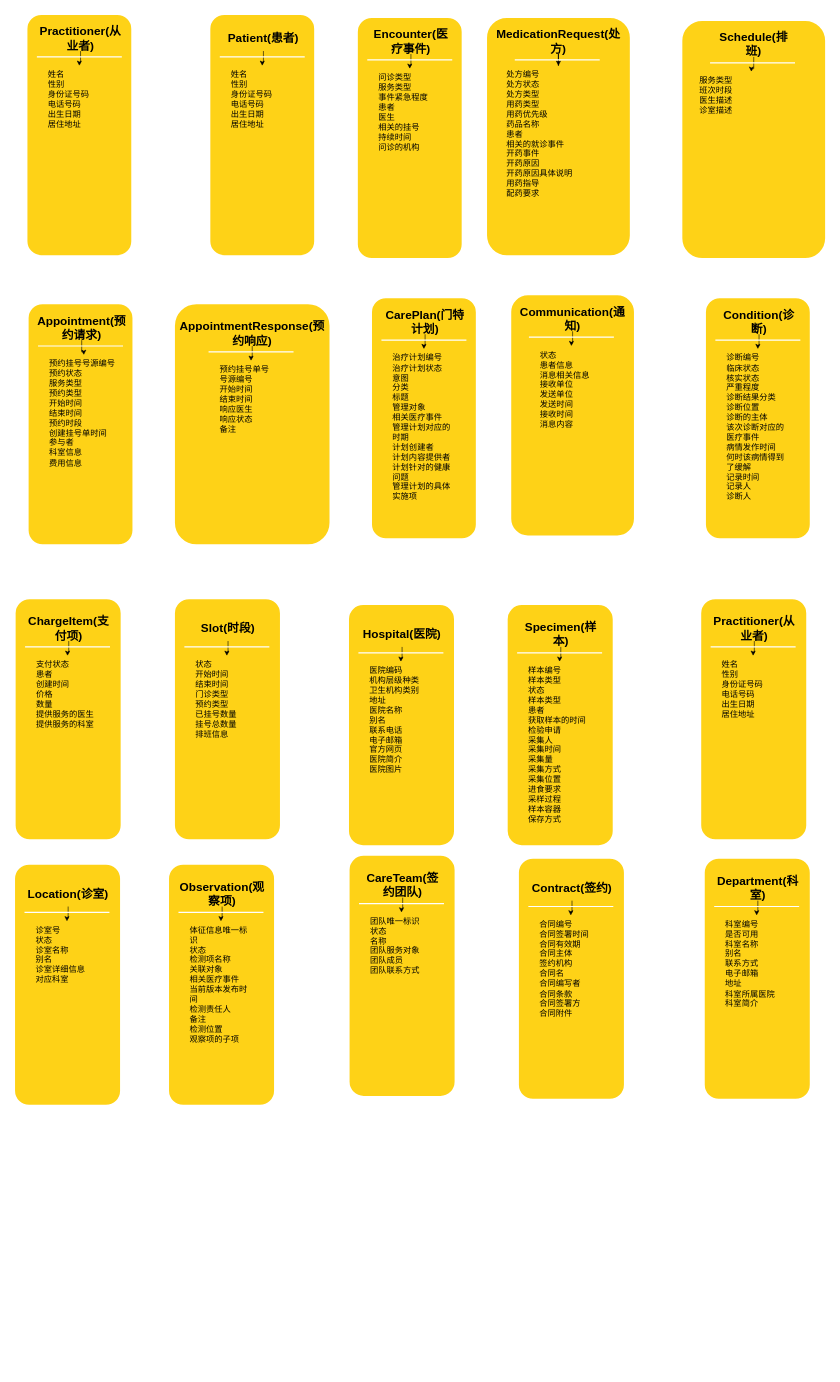
The draw.io diagram 新都医共体核心数据集.drawio in gingili/diagram, before the edit. Source tidied: cells renumbered, new cells numbered last; positions are measured from the earlier drawing's top-left corner, leaving out a move shared by most shapes. Both pictures are drawn from the tidied source at 59%, with x=0, y=0 at pixel (12, 12).
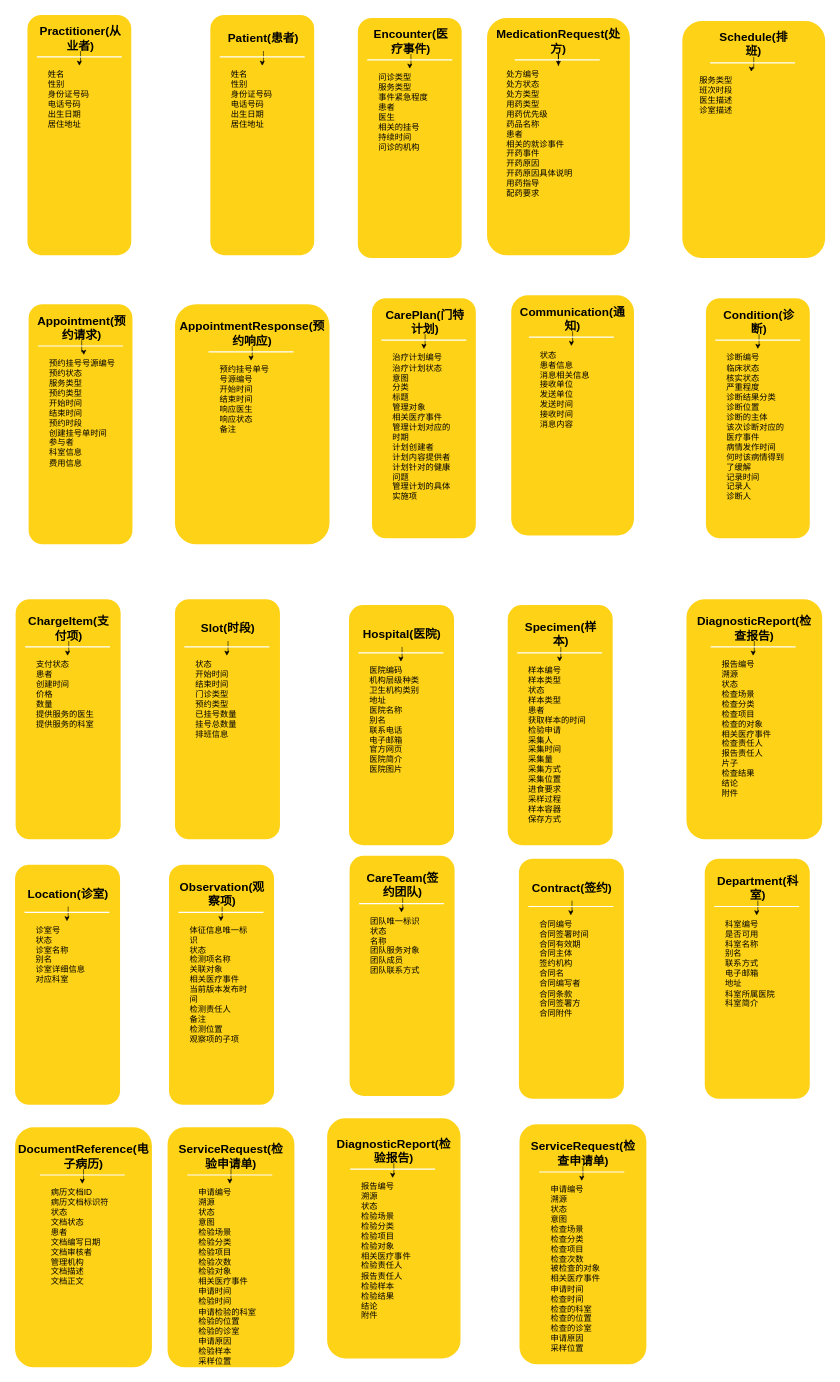
After the change.

Commit message (it also covers changes not shown here):
Update 新都医共体核心数据集.drawio

Diff of the diagram source:
```diff
@@
     <mxCell id="72" style="whiteSpace=wrap;html=1;rounded=1;shadow=0;strokeWidth=8;fontSize=20;align=center;fillColor=#FED217;strokeColor=#FFFFFF;" parent="1" vertex="1">
-      <mxGeometry x="1163" y="990" width="186" height="415" as="geometry" />
+      <mxGeometry x="1138" y="990" width="238" height="415" as="geometry" />
     </mxCell>
@@
-    <mxCell id="74" value="Practitioner(从业者)" style="text;html=1;strokeColor=none;fillColor=none;align=center;verticalAlign=middle;whiteSpace=wrap;rounded=0;shadow=0;fontSize=20;fontColor=#000000;fontStyle=1;" parent="1" vertex="1">
+    <mxCell id="74" value="DiagnosticReport(检查报告)" style="text;html=1;strokeColor=none;fillColor=none;align=center;verticalAlign=middle;whiteSpace=wrap;rounded=0;shadow=0;fontSize=20;fontColor=#000000;fontStyle=1;" parent="1" vertex="1">
       <mxGeometry x="1187" y="1020" width="140" height="45" as="geometry" />
     </mxCell>
-    <mxCell id="75" value="姓名&lt;br&gt;性别&lt;br&gt;身份证号码&lt;br&gt;电话号码&lt;br&gt;出生日期&lt;br&gt;居住地址" style="text;html=1;strokeColor=none;fillColor=none;align=left;verticalAlign=top;whiteSpace=wrap;rounded=0;shadow=0;fontSize=14;fontColor=#000000;" parent="1" vertex="1">
+    <mxCell id="75" value="&lt;div&gt;报告编号&lt;/div&gt;&lt;div&gt;溯源&lt;/div&gt;&lt;div&gt;状态&lt;/div&gt;&lt;div&gt;检查场景&lt;/div&gt;&lt;div&gt;检查分类&lt;/div&gt;&lt;div&gt;检查项目&lt;/div&gt;&lt;div&gt;检查的对象&lt;/div&gt;&lt;div&gt;相关医疗事件&lt;/div&gt;&lt;div&gt;检查责任人&lt;/div&gt;&lt;div&gt;报告责任人&lt;/div&gt;&lt;div&gt;片子&lt;/div&gt;&lt;div&gt;检查结果&lt;/div&gt;&lt;div&gt;结论&lt;/div&gt;&lt;div&gt;附件&lt;/div&gt;" style="text;html=1;strokeColor=none;fillColor=none;align=left;verticalAlign=top;whiteSpace=wrap;rounded=0;shadow=0;fontSize=14;fontColor=#000000;" parent="1" vertex="1">
       <mxGeometry x="1200" y="1090" width="110" height="300" as="geometry" />
     </mxCell>
@@
+    <mxCell id="102" style="whiteSpace=wrap;html=1;rounded=1;shadow=0;strokeWidth=8;fontSize=20;align=center;fillColor=#FED217;strokeColor=#FFFFFF;" parent="1" vertex="1">
+      <mxGeometry y="1885" width="240" height="415" as="geometry" />
+    </mxCell>
+    <mxCell id="103" style="edgeStyle=orthogonalEdgeStyle;rounded=0;jettySize=auto;html=1;" parent="1" edge="1" source="104" target="105">
+      <mxGeometry relative="1" as="geometry" />
+    </mxCell>
+    <mxCell id="104" value="DocumentReference(电子病历)" style="text;html=1;strokeColor=none;fillColor=none;align=center;verticalAlign=middle;whiteSpace=wrap;rounded=0;shadow=0;fontSize=20;fontColor=#000000;fontStyle=1;" parent="1" vertex="1">
+      <mxGeometry x="50" y="1915" width="140" height="45" as="geometry" />
+    </mxCell>
+    <mxCell id="105" value="&lt;div&gt;&lt;div&gt;病历文档ID&lt;/div&gt;&lt;div&gt;病历文档标识符&lt;/div&gt;&lt;div&gt;状态&lt;/div&gt;&lt;div&gt;文档状态&lt;/div&gt;&lt;div&gt;患者&lt;/div&gt;&lt;div&gt;文档编写日期&lt;/div&gt;&lt;div&gt;文档审核者&lt;/div&gt;&lt;div&gt;管理机构&lt;/div&gt;&lt;div&gt;文档描述&lt;/div&gt;&lt;div&gt;文档正文&lt;/div&gt;&lt;/div&gt;" style="text;html=1;strokeColor=none;fillColor=none;align=left;verticalAlign=top;whiteSpace=wrap;rounded=0;shadow=0;fontSize=14;fontColor=#000000;" parent="1" vertex="1">
+      <mxGeometry x="63" y="1985" width="110" height="300" as="geometry" />
+    </mxCell>
+    <mxCell id="106" style="line;strokeWidth=2;html=1;rounded=0;shadow=0;fontSize=27;align=center;fillColor=none;strokeColor=#FFFFFF;" parent="1" vertex="1">
+      <mxGeometry x="46" y="1965" width="144" height="10" as="geometry" />
+    </mxCell>
+    <mxCell id="107" style="whiteSpace=wrap;html=1;rounded=1;shadow=0;strokeWidth=8;fontSize=20;align=center;fillColor=#FED217;strokeColor=#FFFFFF;" parent="1" vertex="1">
+      <mxGeometry x="258.5" y="1885" width="223" height="415" as="geometry" />
+    </mxCell>
+    <mxCell id="108" style="edgeStyle=orthogonalEdgeStyle;rounded=0;jettySize=auto;html=1;" parent="1" edge="1" source="109" target="110">
+      <mxGeometry relative="1" as="geometry" />
+    </mxCell>
+    <mxCell id="109" value="ServiceRequest(检验申请单)" style="text;html=1;strokeColor=none;fillColor=none;align=center;verticalAlign=middle;whiteSpace=wrap;rounded=0;shadow=0;fontSize=20;fontColor=#000000;fontStyle=1;" parent="1" vertex="1">
+      <mxGeometry x="300" y="1915" width="140" height="45" as="geometry" />
+    </mxCell>
+    <mxCell id="110" value="&lt;div&gt;&lt;div&gt;申请编号&lt;/div&gt;&lt;div&gt;溯源&lt;/div&gt;&lt;div&gt;状态&lt;/div&gt;&lt;div&gt;意图&lt;/div&gt;&lt;div&gt;检验场景&lt;/div&gt;&lt;div&gt;检验分类&lt;/div&gt;&lt;div&gt;检验项目&lt;/div&gt;&lt;div&gt;检验次数&lt;/div&gt;&lt;div&gt;检验对象&lt;/div&gt;&lt;div&gt;相关医疗事件&lt;/div&gt;&lt;div&gt;申请时间&lt;/div&gt;&lt;div&gt;检验时间&lt;/div&gt;&lt;div&gt;申请检验的科室&lt;/div&gt;&lt;div&gt;检验的位置&lt;/div&gt;&lt;div&gt;检验的诊室&lt;/div&gt;&lt;div&gt;申请原因&lt;/div&gt;&lt;div&gt;检验样本&lt;/div&gt;&lt;div&gt;采样位置&lt;/div&gt;&lt;/div&gt;" style="text;html=1;strokeColor=none;fillColor=none;align=left;verticalAlign=top;whiteSpace=wrap;rounded=0;shadow=0;fontSize=14;fontColor=#000000;" parent="1" vertex="1">
+      <mxGeometry x="313" y="1985" width="110" height="300" as="geometry" />
+    </mxCell>
+    <mxCell id="111" style="line;strokeWidth=2;html=1;rounded=0;shadow=0;fontSize=27;align=center;fillColor=none;strokeColor=#FFFFFF;" parent="1" vertex="1">
+      <mxGeometry x="296" y="1965" width="144" height="10" as="geometry" />
+    </mxCell>
+    <mxCell id="112" style="whiteSpace=wrap;html=1;rounded=1;shadow=0;strokeWidth=8;fontSize=20;align=center;fillColor=#FED217;strokeColor=#FFFFFF;" parent="1" vertex="1">
+      <mxGeometry x="529" y="1870" width="234" height="415" as="geometry" />
+    </mxCell>
+    <mxCell id="113" style="edgeStyle=orthogonalEdgeStyle;rounded=0;jettySize=auto;html=1;" parent="1" edge="1" source="114" target="115">
+      <mxGeometry relative="1" as="geometry" />
+    </mxCell>
+    <mxCell id="114" value="DiagnosticReport(检验报告)" style="text;html=1;strokeColor=none;fillColor=none;align=center;verticalAlign=middle;whiteSpace=wrap;rounded=0;shadow=0;fontSize=20;fontColor=#000000;fontStyle=1;" parent="1" vertex="1">
+      <mxGeometry x="576" y="1905" width="140" height="45" as="geometry" />
+    </mxCell>
+    <mxCell id="115" value="&lt;div&gt;&lt;div&gt;报告编号&lt;/div&gt;&lt;div&gt;溯源&lt;/div&gt;&lt;div&gt;状态&lt;/div&gt;&lt;div&gt;检验场景&lt;/div&gt;&lt;div&gt;检验分类&lt;/div&gt;&lt;div&gt;检验项目&lt;/div&gt;&lt;div&gt;检验对象&lt;/div&gt;&lt;div&gt;相关医疗事件&lt;/div&gt;&lt;div&gt;检验责任人&lt;/div&gt;&lt;div&gt;报告责任人&lt;/div&gt;&lt;div&gt;检验样本&lt;/div&gt;&lt;div&gt;检验结果&lt;/div&gt;&lt;div&gt;结论&lt;/div&gt;&lt;div&gt;附件&lt;/div&gt;&lt;/div&gt;" style="text;html=1;strokeColor=none;fillColor=none;align=left;verticalAlign=top;whiteSpace=wrap;rounded=0;shadow=0;fontSize=14;fontColor=#000000;" parent="1" vertex="1">
+      <mxGeometry x="589" y="1975" width="110" height="300" as="geometry" />
+    </mxCell>
+    <mxCell id="116" style="line;strokeWidth=2;html=1;rounded=0;shadow=0;fontSize=27;align=center;fillColor=none;strokeColor=#FFFFFF;" parent="1" vertex="1">
+      <mxGeometry x="572" y="1955" width="144" height="10" as="geometry" />
+    </mxCell>
+    <mxCell id="117" style="whiteSpace=wrap;html=1;rounded=1;shadow=0;strokeWidth=8;fontSize=20;align=center;fillColor=#FED217;strokeColor=#FFFFFF;" parent="1" vertex="1">
+      <mxGeometry x="855" y="1880" width="223" height="415" as="geometry" />
+    </mxCell>
+    <mxCell id="118" style="edgeStyle=orthogonalEdgeStyle;rounded=0;jettySize=auto;html=1;" parent="1" edge="1" source="119" target="120">
+      <mxGeometry relative="1" as="geometry" />
+    </mxCell>
+    <mxCell id="119" value="ServiceRequest(检查申请单)" style="text;html=1;strokeColor=none;fillColor=none;align=center;verticalAlign=middle;whiteSpace=wrap;rounded=0;shadow=0;fontSize=20;fontColor=#000000;fontStyle=1;" parent="1" vertex="1">
+      <mxGeometry x="896.5" y="1910" width="140" height="45" as="geometry" />
+    </mxCell>
+    <mxCell id="120" value="&lt;div&gt;申请编号&lt;/div&gt;&lt;div&gt;溯源&lt;/div&gt;&lt;div&gt;状态&lt;/div&gt;&lt;div&gt;意图&lt;/div&gt;&lt;div&gt;检查场景&lt;/div&gt;&lt;div&gt;检查分类&lt;/div&gt;&lt;div&gt;检查项目&lt;/div&gt;&lt;div&gt;检查次数&lt;/div&gt;&lt;div&gt;被检查的对象&lt;/div&gt;&lt;div&gt;相关医疗事件&lt;/div&gt;&lt;div&gt;申请时间&lt;/div&gt;&lt;div&gt;检查时间&lt;/div&gt;&lt;div&gt;检查的科室&lt;/div&gt;&lt;div&gt;检查的位置&lt;/div&gt;&lt;div&gt;检查的诊室&lt;/div&gt;&lt;div&gt;申请原因&lt;/div&gt;&lt;div&gt;采样位置&lt;/div&gt;" style="text;html=1;strokeColor=none;fillColor=none;align=left;verticalAlign=top;whiteSpace=wrap;rounded=0;shadow=0;fontSize=14;fontColor=#000000;" parent="1" vertex="1">
+      <mxGeometry x="909.5" y="1980" width="110" height="300" as="geometry" />
+    </mxCell>
+    <mxCell id="121" style="line;strokeWidth=2;html=1;rounded=0;shadow=0;fontSize=27;align=center;fillColor=none;strokeColor=#FFFFFF;" parent="1" vertex="1">
+      <mxGeometry x="892.5" y="1960" width="144" height="10" as="geometry" />
+    </mxCell>
```
